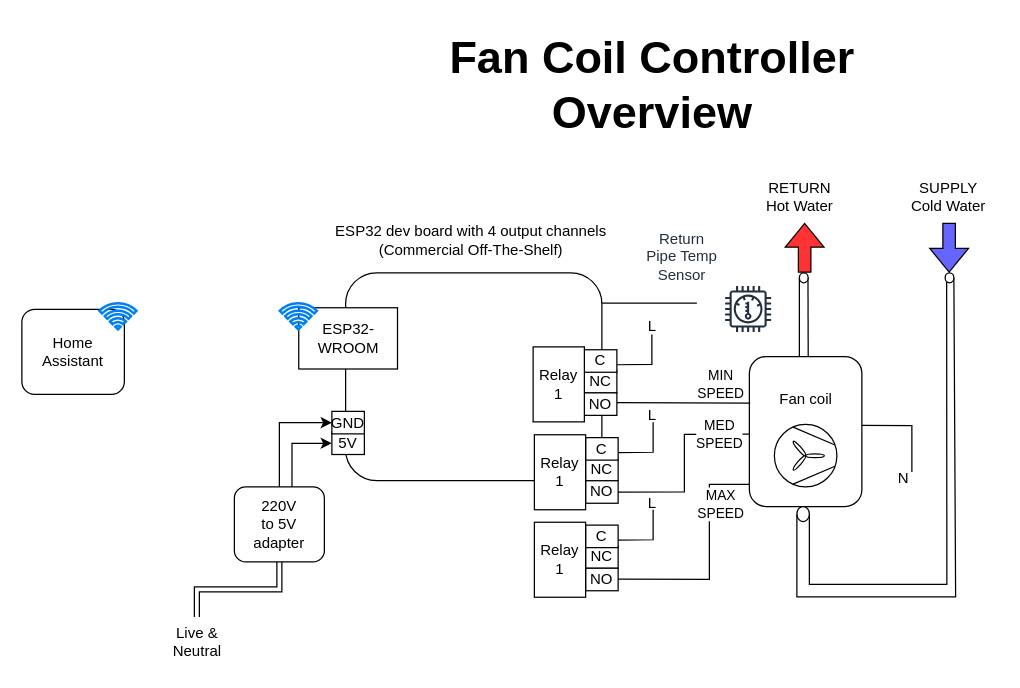
Above: images/overview.drawio in f18m/esphome-fancoil-controller (draw.io), before the change. Source tidied: cells renumbered, new cells numbered last; positions are measured from the earlier drawing's top-left corner, leaving out a move shared by most shapes. Both pictures are drawn from the tidied source at 125%, with x=0, y=0 at pixel (21, 21).
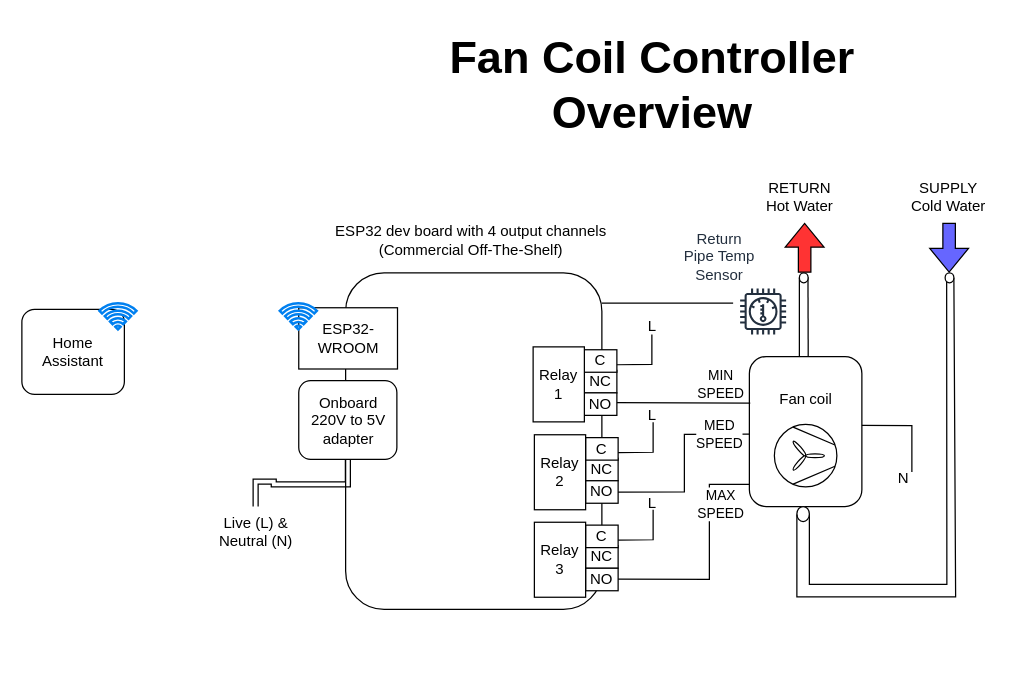
Above is the later version.

The change refers to these unchanged cells:
```xml
<mxCell id="47" style="group;" parent="1" vertex="1">
  <mxGeometry x="410" y="330" width="67" height="60.3" as="geometry" />
</mxCell>
<mxCell id="54" style="group;" parent="1" vertex="1">
  <mxGeometry x="410" y="400" width="67" height="60.3" as="geometry" />
</mxCell>
```

The edit, as a diff of the source:
```diff
@@
     <mxCell id="2" style="rounded=1;whiteSpace=wrap;html=1;" parent="1" vertex="1">
-      <mxGeometry x="259" y="200.7" width="205" height="166.3" as="geometry" />
+      <mxGeometry x="259" y="200.7" width="205" height="269.3" as="geometry" />
     </mxCell>
@@
-    <mxCell id="13" style="group;" parent="1" vertex="1">
-      <mxGeometry x="248" y="309" width="26" height="54" as="geometry" />
-    </mxCell>
-    <mxCell id="14" value="5V" style="rounded=0;whiteSpace=wrap;html=1;" parent="13" vertex="1">
-      <mxGeometry y="19.1" width="26" height="18" as="geometry" />
-    </mxCell>
-    <mxCell id="15" value="GND" style="rounded=0;whiteSpace=wrap;html=1;" parent="13" vertex="1">
-      <mxGeometry y="2.6" width="26" height="18" as="geometry" />
-    </mxCell>
@@
-    <mxCell id="17" style="edgeStyle=orthogonalEdgeStyle;rounded=0;jettySize=auto;html=1;entryX=0;entryY=0.5;entryDx=0;entryDy=0;exitX=0.5;exitY=0;exitDx=0;exitDy=0;" parent="1" edge="1" source="20" target="15">
-      <mxGeometry relative="1" as="geometry" />
-    </mxCell>
-    <mxCell id="18" style="edgeStyle=orthogonalEdgeStyle;rounded=0;jettySize=auto;html=1;entryX=0;entryY=0.5;entryDx=0;entryDy=0;exitX=0.64;exitY=0.001;exitDx=0;exitDy=0;exitPerimeter=0;" parent="1" edge="1" source="20" target="14">
-      <mxGeometry relative="1" as="geometry" />
-    </mxCell>
@@
-    <mxCell id="20" value="220V&lt;br&gt;to 5V&lt;br&gt;adapter" style="rounded=1;whiteSpace=wrap;html=1;" parent="1" vertex="1">
-      <mxGeometry x="170" y="372" width="72" height="60" as="geometry" />
+    <mxCell id="20" value="Onboard&lt;br&gt;220V to 5V&lt;br&gt;adapter" style="rounded=1;whiteSpace=wrap;html=1;" parent="1" vertex="1">
+      <mxGeometry x="221.5" y="287" width="78.5" height="63" as="geometry" />
     </mxCell>
-    <mxCell id="21" value="Live &amp;amp;&lt;br&gt;Neutral" style="text;html=1;align=center;verticalAlign=middle;points=[];strokeColor=none;fillColor=none;" parent="1" vertex="1">
-      <mxGeometry x="110" y="476" width="60" height="40" as="geometry" />
+    <mxCell id="21" value="Live (L) &amp;amp;&lt;br&gt;Neutral (N)" style="text;html=1;align=center;verticalAlign=middle;points=[];strokeColor=none;fillColor=none;" parent="1" vertex="1">
+      <mxGeometry x="147" y="387.7" width="80" height="40" as="geometry" />
     </mxCell>
@@
     <mxCell id="36" style="sketch=0;fontColor=#232F3E;gradientColor=none;strokeColor=#232F3E;fillColor=#ffffff;dashed=0;verticalLabelPosition=bottom;verticalAlign=top;align=center;html=1;fontSize=12;fontStyle=0;shape=mxgraph.aws4.resourceIcon;resIcon=mxgraph.aws4.thermostat;" parent="1" vertex="1">
-      <mxGeometry x="558" y="206.7" width="46" height="46" as="geometry" />
+      <mxGeometry x="570" y="208.7" width="46" height="46" as="geometry" />
     </mxCell>
     <mxCell id="37" value="&lt;div style=&quot;text-align: center;&quot;&gt;&lt;span style=&quot;background-color: transparent; text-wrap-mode: nowrap;&quot;&gt;&lt;font color=&quot;#232f3e&quot;&gt;Return&lt;/font&gt;&lt;/span&gt;&lt;/div&gt;&lt;div style=&quot;text-align: center;&quot;&gt;&lt;span style=&quot;background-color: transparent; text-wrap-mode: nowrap;&quot;&gt;&lt;font color=&quot;#232f3e&quot;&gt;Pipe Temp&lt;br&gt;Sensor&lt;/font&gt;&lt;/span&gt;&lt;/div&gt;" style="text;whiteSpace=wrap;html=1;" parent="1" vertex="1">
-      <mxGeometry x="498" y="160" width="72" height="65" as="geometry" />
+      <mxGeometry x="528" y="160" width="72" height="54.3" as="geometry" />
     </mxCell>
     <mxCell id="38" style="endArrow=none;html=1;rounded=0;" parent="1" edge="1">
       <mxGeometry relative="1" as="geometry">
         <mxPoint x="464" y="224.9" as="sourcePoint" />
-        <mxPoint x="540" y="225" as="targetPoint" />
+        <mxPoint x="569" y="225" as="targetPoint" />
       </mxGeometry>
     </mxCell>
@@
-    <mxCell id="53" value="Relay&lt;br&gt;1" style="rounded=0;whiteSpace=wrap;html=1;" parent="47" vertex="1">
+    <mxCell id="53" value="Relay&lt;br&gt;2" style="rounded=0;whiteSpace=wrap;html=1;" parent="47" vertex="1">
       <mxGeometry y="0.3" width="41" height="60" as="geometry" />
     </mxCell>
@@
-    <mxCell id="60" value="Relay&lt;br&gt;1" style="rounded=0;whiteSpace=wrap;html=1;" parent="54" vertex="1">
+    <mxCell id="60" value="Relay&lt;br&gt;3" style="rounded=0;whiteSpace=wrap;html=1;" parent="54" vertex="1">
       <mxGeometry y="0.3" width="41" height="60" as="geometry" />
     </mxCell>
```
